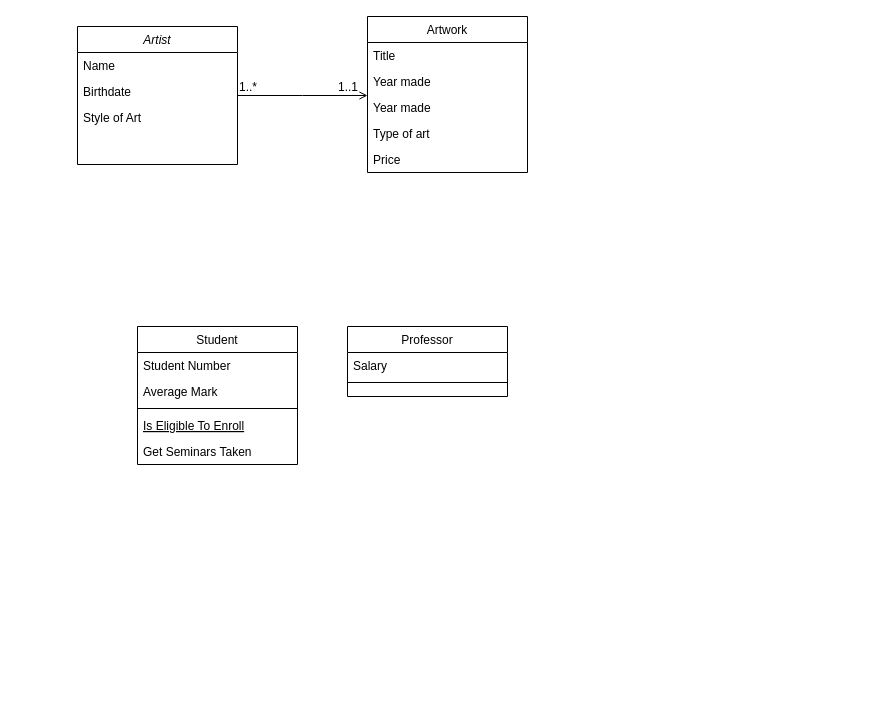
The draw.io diagram ArtGallery.drawio in brito-bernardo/database-modeling, before the edit. Source tidied: cells renumbered, new cells numbered last; positions are measured from the earlier drawing's top-left corner, leaving out a move shared by most shapes. Both pictures are drawn from the tidied source at 100%, with x=0, y=0 at pixel (77, 16).
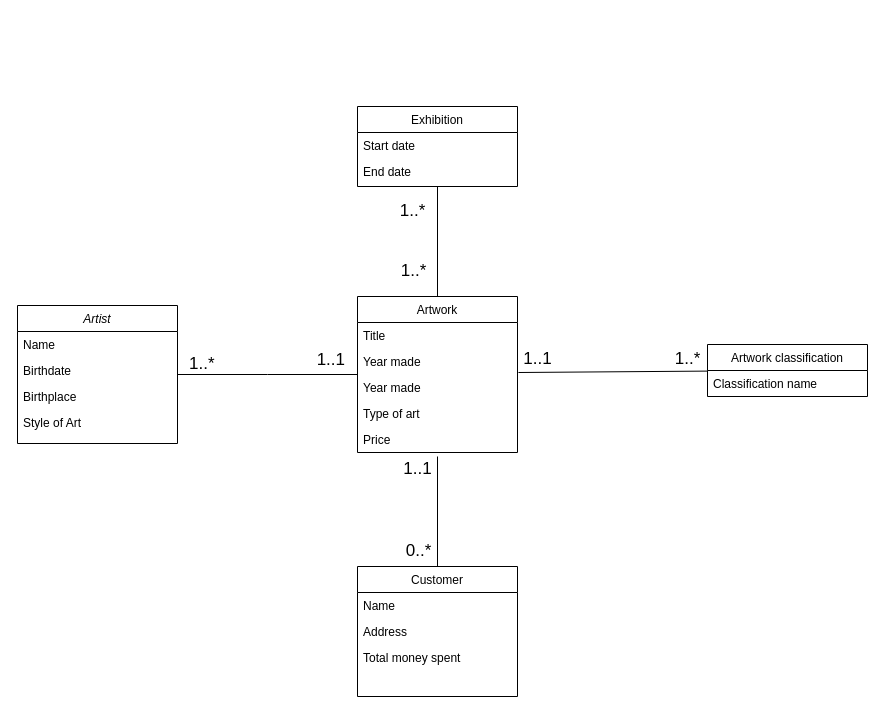
Above is the later version.

Unchanged cells that the change refers to:
```xml
<mxCell id="18" value="Year made" style="text;align=left;verticalAlign=top;spacingLeft=4;spacingRight=4;overflow=hidden;points=[[0,0.5],[1,0.5]];portConstraint=eastwest;rounded=0;shadow=0;html=0;" parent="15" vertex="1">
  <mxGeometry y="78" width="160" height="26" as="geometry" />
</mxCell>
```

Diff of the diagram source:
```diff
@@
     <mxCell id="2" value="Artist" style="swimlane;fontStyle=2;align=center;verticalAlign=top;horizontal=1;startSize=26;rounded=0;shadow=0;strokeWidth=1;" parent="1" vertex="1">
-      <mxGeometry y="10" width="160" height="138" as="geometry" />
+      <mxGeometry x="-60" y="289" width="160" height="138" as="geometry" />
     </mxCell>
@@
-    <mxCell id="5" value="Style of Art" style="text;align=left;verticalAlign=top;spacingLeft=4;spacingRight=4;overflow=hidden;rounded=0;shadow=0;html=0;" parent="2" vertex="1">
+    <mxCell id="5" value="Birthplace" style="text;align=left;verticalAlign=top;spacingLeft=4;spacingRight=4;overflow=hidden;rounded=0;shadow=0;html=0;" parent="2" vertex="1">
       <mxGeometry y="78" width="160" height="26" as="geometry" />
     </mxCell>
+    <mxCell id="24" value="Style of Art" style="text;align=left;verticalAlign=top;spacingLeft=4;spacingRight=4;overflow=hidden;rounded=0;shadow=0;html=0;" parent="2" vertex="1">
+      <mxGeometry y="104" width="160" height="26" as="geometry" />
+    </mxCell>
-    <mxCell id="6" value="Student" style="swimlane;fontStyle=0;align=center;verticalAlign=top;horizontal=1;startSize=26;rounded=0;shadow=0;strokeWidth=1;" parent="1" vertex="1">
-      <mxGeometry x="60" y="310" width="160" height="138" as="geometry" />
+    <mxCell id="6" value="Artwork classification" style="swimlane;fontStyle=0;align=center;verticalAlign=top;horizontal=1;startSize=26;rounded=0;shadow=0;strokeWidth=1;" parent="1" vertex="1">
+      <mxGeometry x="630" y="328" width="160" height="52" as="geometry" />
     </mxCell>
-    <mxCell id="7" value="Student Number" style="text;align=left;verticalAlign=top;spacingLeft=4;spacingRight=4;overflow=hidden;" parent="6" vertex="1">
+    <mxCell id="7" value="Classification name" style="text;align=left;verticalAlign=top;spacingLeft=4;spacingRight=4;overflow=hidden;" parent="6" vertex="1">
       <mxGeometry y="26" width="160" height="26" as="geometry" />
     </mxCell>
-    <mxCell id="8" value="Average Mark" style="text;align=left;verticalAlign=top;spacingLeft=4;spacingRight=4;overflow=hidden;rounded=0;shadow=0;html=0;" parent="6" vertex="1">
-      <mxGeometry y="52" width="160" height="26" as="geometry" />
-    </mxCell>
-    <mxCell id="9" style="line;html=1;strokeWidth=1;align=left;verticalAlign=middle;spacingTop=-1;spacingLeft=3;spacingRight=3;labelPosition=right;" parent="6" vertex="1">
-      <mxGeometry y="78" width="160" height="8" as="geometry" />
-    </mxCell>
-    <mxCell id="10" value="Is Eligible To Enroll" style="text;align=left;verticalAlign=top;spacingLeft=4;spacingRight=4;overflow=hidden;fontStyle=4;" parent="6" vertex="1">
-      <mxGeometry y="86" width="160" height="26" as="geometry" />
-    </mxCell>
-    <mxCell id="11" value="Get Seminars Taken" style="text;align=left;verticalAlign=top;spacingLeft=4;spacingRight=4;overflow=hidden;" parent="6" vertex="1">
-      <mxGeometry y="112" width="160" height="26" as="geometry" />
-    </mxCell>
+    <mxCell id="25" style="edgeStyle=orthogonalEdgeStyle;rounded=0;jettySize=auto;html=1;endArrow=none;endFill=0;" parent="1" edge="1" source="12">
+      <mxGeometry relative="1" as="geometry">
+        <mxPoint x="360" y="440" as="targetPoint" />
+      </mxGeometry>
+    </mxCell>
-    <mxCell id="12" value="Professor" style="swimlane;fontStyle=0;align=center;verticalAlign=top;horizontal=1;startSize=26;rounded=0;shadow=0;strokeWidth=1;" parent="1" vertex="1">
-      <mxGeometry x="270" y="310" width="160" height="70" as="geometry" />
+    <mxCell id="12" value="Customer" style="swimlane;fontStyle=0;align=center;verticalAlign=top;horizontal=1;startSize=26;rounded=0;shadow=0;strokeWidth=1;" parent="1" vertex="1">
+      <mxGeometry x="280" y="550" width="160" height="130" as="geometry" />
     </mxCell>
-    <mxCell id="13" value="Salary" style="text;align=left;verticalAlign=top;spacingLeft=4;spacingRight=4;overflow=hidden;" parent="12" vertex="1">
+    <mxCell id="13" value="Name" style="text;align=left;verticalAlign=top;spacingLeft=4;spacingRight=4;overflow=hidden;" parent="12" vertex="1">
       <mxGeometry y="26" width="160" height="26" as="geometry" />
     </mxCell>
-    <mxCell id="14" style="line;html=1;strokeWidth=1;align=left;verticalAlign=middle;spacingTop=-1;spacingLeft=3;spacingRight=3;labelPosition=right;" parent="12" vertex="1">
-      <mxGeometry y="52" width="160" height="8" as="geometry" />
-    </mxCell>
+    <mxCell id="26" value="Address" style="text;align=left;verticalAlign=top;spacingLeft=4;spacingRight=4;overflow=hidden;" parent="12" vertex="1">
+      <mxGeometry y="52" width="160" height="26" as="geometry" />
+    </mxCell>
+    <mxCell id="27" value="Total money spent" style="text;align=left;verticalAlign=top;spacingLeft=4;spacingRight=4;overflow=hidden;" parent="12" vertex="1">
+      <mxGeometry y="78" width="160" height="26" as="geometry" />
+    </mxCell>
     <mxCell id="15" value="Artwork" style="swimlane;fontStyle=0;align=center;verticalAlign=top;horizontal=1;startSize=26;rounded=0;shadow=0;strokeWidth=1;" parent="1" vertex="1">
-      <mxGeometry x="290" width="160" height="156" as="geometry" />
+      <mxGeometry x="280" y="280" width="160" height="156" as="geometry" />
     </mxCell>
@@
-    <mxCell id="21" style="endArrow=open;shadow=0;strokeWidth=1;rounded=0;endFill=1;edgeStyle=elbowEdgeStyle;elbow=vertical;" parent="1" edge="1" source="2" target="15">
+    <mxCell id="21" style="endArrow=none;shadow=0;strokeWidth=1;rounded=0;endFill=0;edgeStyle=elbowEdgeStyle;elbow=vertical;" parent="1" edge="1" source="2" target="15">
       <mxGeometry x="0.5" y="41" relative="1" as="geometry">
         <mxPoint x="-40" y="32" as="offset" />
       </mxGeometry>
     </mxCell>
-    <mxCell id="22" value="1..*" style="align=left;verticalAlign=bottom;labelBackgroundColor=none;fontSize=12;" parent="21" vertex="1">
-      <mxGeometry x="-1" relative="1" as="geometry" />
+    <mxCell id="22" value="1..*" style="align=left;verticalAlign=bottom;labelBackgroundColor=none;fontSize=17;" parent="21" vertex="1">
+      <mxGeometry x="-1" relative="1" as="geometry">
+        <mxPoint x="10" y="-1" as="offset" />
+      </mxGeometry>
     </mxCell>
-    <mxCell id="23" value="1..1" style="align=right;verticalAlign=bottom;labelBackgroundColor=none;fontSize=12;" parent="21" vertex="1">
+    <mxCell id="23" value="1..1" style="align=right;verticalAlign=bottom;labelBackgroundColor=none;fontSize=17;" parent="21" vertex="1">
       <mxGeometry x="1" relative="1" as="geometry">
-        <mxPoint x="-8" as="offset" />
+        <mxPoint x="-11" y="-5" as="offset" />
       </mxGeometry>
     </mxCell>
+    <mxCell id="28" style="rounded=0;jettySize=auto;entryX=1.006;entryY=-0.077;entryDx=0;entryDy=0;entryPerimeter=0;endArrow=none;endFill=0;" parent="1" edge="1" target="18">
+      <mxGeometry relative="1" as="geometry">
+        <mxPoint x="630" y="354.6" as="sourcePoint" />
+      </mxGeometry>
+    </mxCell>
+    <mxCell id="29" value="1..1" style="text;html=1;align=center;verticalAlign=middle;strokeColor=none;fillColor=none;spacingTop=0;fontSize=17;" parent="1" vertex="1">
+      <mxGeometry x="435" y="328" width="50" height="30" as="geometry" />
+    </mxCell>
+    <mxCell id="30" value="1..*" style="text;html=1;align=center;verticalAlign=middle;strokeColor=none;fillColor=none;fontSize=17;" parent="1" vertex="1">
+      <mxGeometry x="585" y="328" width="50" height="30" as="geometry" />
+    </mxCell>
+    <mxCell id="31" style="edgeStyle=orthogonalEdgeStyle;rounded=0;jettySize=auto;html=1;entryX=0.5;entryY=0;entryDx=0;entryDy=0;endArrow=none;endFill=0;" parent="1" edge="1" source="32" target="15">
+      <mxGeometry relative="1" as="geometry" />
+    </mxCell>
+    <mxCell id="32" value="Exhibition" style="swimlane;fontStyle=0;align=center;verticalAlign=top;horizontal=1;startSize=26;rounded=0;shadow=0;strokeWidth=1;" parent="1" vertex="1">
+      <mxGeometry x="280" y="90" width="160" height="80" as="geometry" />
+    </mxCell>
+    <mxCell id="33" value="Start date" style="text;align=left;verticalAlign=top;spacingLeft=4;spacingRight=4;overflow=hidden;" parent="32" vertex="1">
+      <mxGeometry y="26" width="160" height="26" as="geometry" />
+    </mxCell>
+    <mxCell id="34" value="End date" style="text;align=left;verticalAlign=top;spacingLeft=4;spacingRight=4;overflow=hidden;" parent="32" vertex="1">
+      <mxGeometry y="52" width="160" height="26" as="geometry" />
+    </mxCell>
+    <mxCell id="35" value="1..*" style="text;html=1;align=center;verticalAlign=middle;strokeColor=none;fillColor=none;fontSize=17;" parent="1" vertex="1">
+      <mxGeometry x="310" y="180" width="50" height="30" as="geometry" />
+    </mxCell>
+    <mxCell id="36" value="1..*" style="text;html=1;align=center;verticalAlign=middle;strokeColor=none;fillColor=none;fontSize=17;" parent="1" vertex="1">
+      <mxGeometry x="311" y="240" width="50" height="30" as="geometry" />
+    </mxCell>
+    <mxCell id="37" value="0..*" style="text;html=1;align=center;verticalAlign=middle;strokeColor=none;fillColor=none;fontSize=17;" parent="1" vertex="1">
+      <mxGeometry x="316" y="520" width="50" height="30" as="geometry" />
+    </mxCell>
+    <mxCell id="38" value="1..1" style="text;html=1;align=center;verticalAlign=middle;strokeColor=none;fillColor=none;fontSize=17;" parent="1" vertex="1">
+      <mxGeometry x="315" y="438" width="50" height="30" as="geometry" />
+    </mxCell>
```
